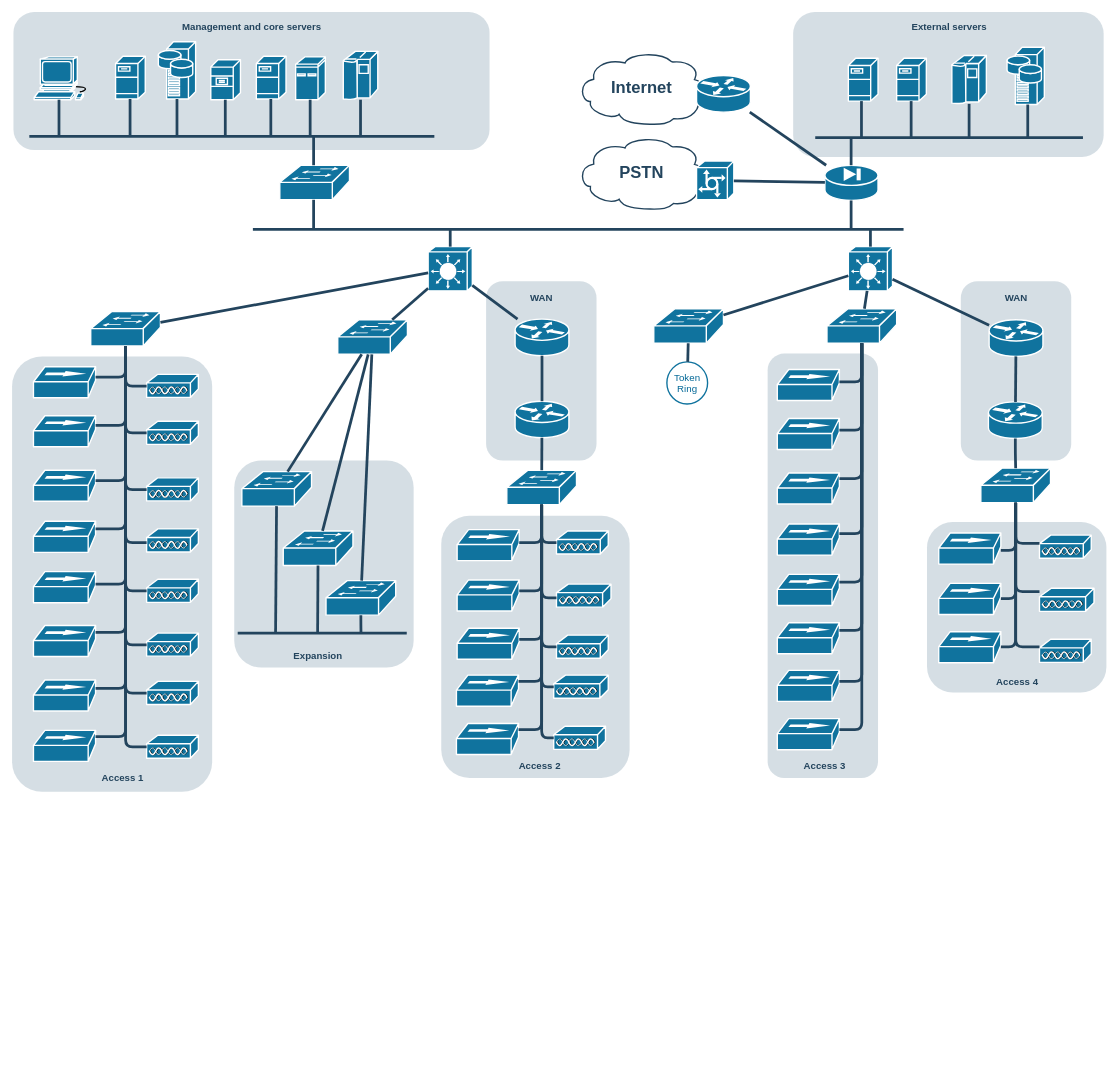
Above: cloudnetwork.drawio in donhaklee/CloudStudy (draw.io), before the change. Source tidied: cells renumbered, new cells numbered last; positions are measured from the earlier drawing's top-left corner, leaving out a move shared by most shapes. Both pictures are drawn from the tidied source at 69%, with x=0, y=0 at pixel (12, 12).
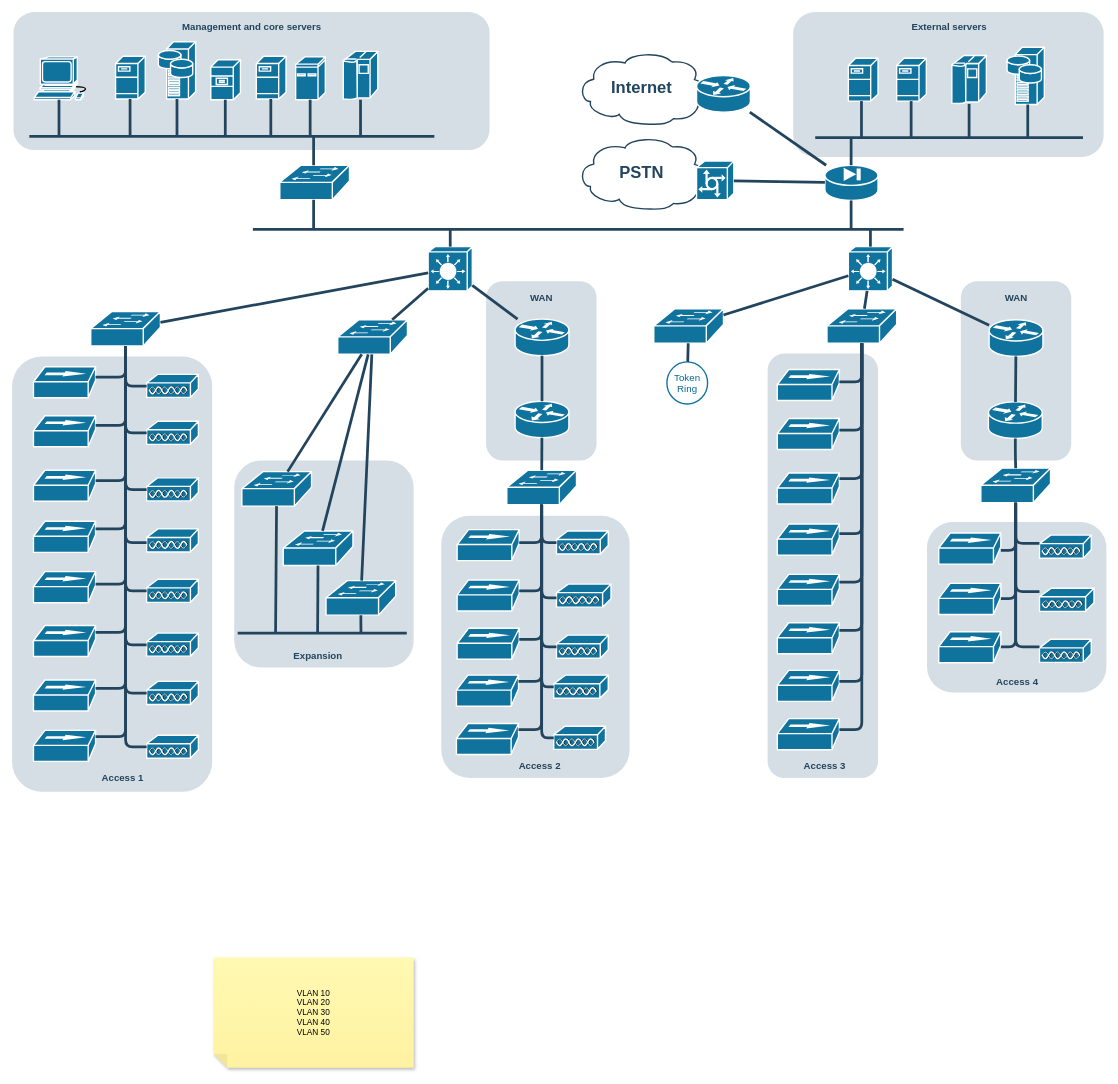
The same diagram, later.

Change to the diagram source:
```diff
@@
+    <mxCell id="174" value="VLAN 10&lt;br&gt;VLAN 20&lt;br&gt;VLAN 30&lt;br&gt;VLAN 40&lt;br&gt;VLAN 50" style="shape=note;whiteSpace=wrap;html=1;backgroundOutline=1;fontColor=#000000;darkOpacity=0.05;fillColor=#FFF9B2;strokeColor=none;fillStyle=solid;direction=west;gradientDirection=north;gradientColor=#FFF2A1;shadow=1;size=20;" parent="1" vertex="1">
+      <mxGeometry x="292" y="1370" width="290" height="160" as="geometry" />
+    </mxCell>
```
